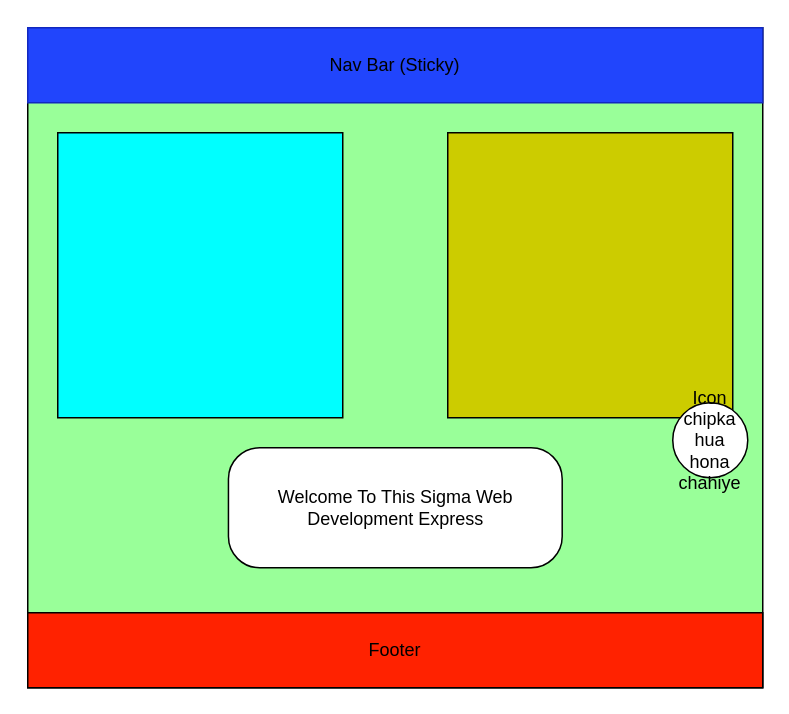
Earlier version of the draw.io diagram Untitled Diagram.drawio (Bhagat-Nirnay/Quick_Quiz). Source tidied: cells renumbered, new cells numbered last; positions are measured from the earlier drawing's top-left corner, leaving out a move shared by most shapes. Both pictures are drawn from the tidied source at 150%, with x=0, y=0 at pixel (27, 27).
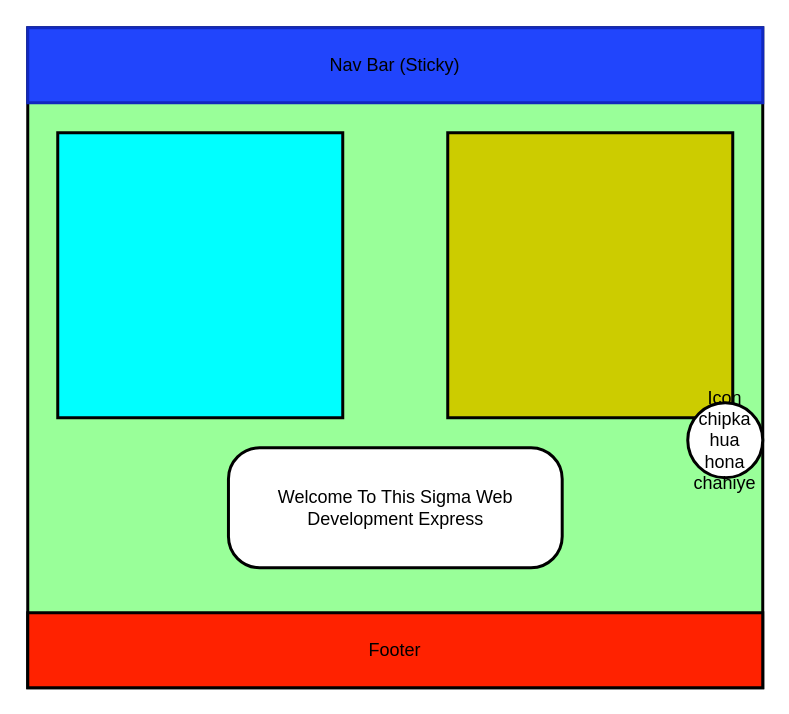
After the change.

Change to the diagram source:
```diff
@@
 <mxGraphModel>
   <root>
     <mxCell id="0" />
     <mxCell id="1" parent="0" />
-    <mxCell id="2" style="rounded=0;whiteSpace=wrap;html=1;fillColor=#99FF99;" parent="1" vertex="1">
+    <mxCell id="2" style="rounded=0;whiteSpace=wrap;html=1;fillColor=#99FF99;strokeWidth=2;perimeterSpacing=3;shadow=0;" parent="1" vertex="1">
       <mxGeometry width="490" height="440" as="geometry" />
     </mxCell>
-    <mxCell id="3" value="Nav Bar (Sticky)" style="rounded=0;whiteSpace=wrap;html=1;fillColor=#2145FC;strokeColor=#1128BF;" parent="1" vertex="1">
+    <mxCell id="3" value="Nav Bar (Sticky)" style="rounded=0;whiteSpace=wrap;html=1;fillColor=#2145FC;strokeColor=#1128BF;strokeWidth=2;perimeterSpacing=3;shadow=0;" parent="1" vertex="1">
       <mxGeometry width="490" height="50" as="geometry" />
     </mxCell>
-    <mxCell id="4" style="whiteSpace=wrap;html=1;fillColor=#00FFFF;" parent="1" vertex="1">
+    <mxCell id="4" style="whiteSpace=wrap;html=1;fillColor=#00FFFF;strokeWidth=2;perimeterSpacing=3;shadow=0;" parent="1" vertex="1">
       <mxGeometry x="20" y="70" width="190" height="190" as="geometry" />
     </mxCell>
-    <mxCell id="5" style="whiteSpace=wrap;html=1;fillColor=#CCCC00;" parent="1" vertex="1">
+    <mxCell id="5" style="whiteSpace=wrap;html=1;fillColor=#CCCC00;strokeWidth=2;perimeterSpacing=3;shadow=0;" parent="1" vertex="1">
       <mxGeometry x="280" y="70" width="190" height="190" as="geometry" />
     </mxCell>
-    <mxCell id="6" value="Footer" style="rounded=0;whiteSpace=wrap;html=1;fillColor=#FF2200;" parent="1" vertex="1">
+    <mxCell id="6" value="Footer" style="rounded=0;whiteSpace=wrap;html=1;fillColor=#FF2200;strokeWidth=2;perimeterSpacing=3;shadow=0;" parent="1" vertex="1">
       <mxGeometry y="390" width="490" height="50" as="geometry" />
     </mxCell>
-    <mxCell id="7" value="Icon chipka hua hona chahiye" style="ellipse;whiteSpace=wrap;html=1;" parent="1" vertex="1">
-      <mxGeometry x="430" y="250" width="50" height="50" as="geometry" />
+    <mxCell id="7" value="Icon chipka hua hona chahiye" style="ellipse;whiteSpace=wrap;html=1;strokeWidth=2;perimeterSpacing=3;shadow=0;" parent="1" vertex="1">
+      <mxGeometry x="440" y="250" width="50" height="50" as="geometry" />
     </mxCell>
-    <mxCell id="8" value="Welcome To This Sigma Web Development Express" style="rounded=1;whiteSpace=wrap;html=1;arcSize=26;" parent="1" vertex="1">
+    <mxCell id="8" value="Welcome To This Sigma Web Development Express" style="rounded=1;whiteSpace=wrap;html=1;arcSize=26;strokeWidth=2;perimeterSpacing=3;shadow=0;" parent="1" vertex="1">
       <mxGeometry x="133.8" y="280" width="222.5" height="80" as="geometry" />
     </mxCell>
   </root>
 </mxGraphModel>
```
